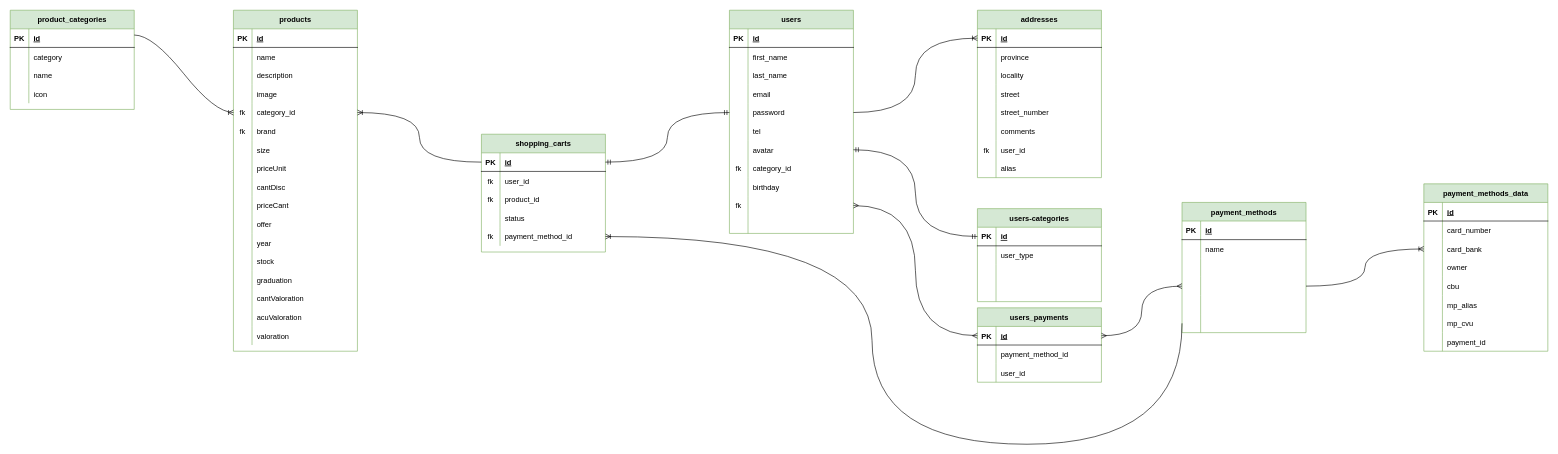
Earlier version of the draw.io diagram varios/Diagrama BD Let-Bar.drawio (LucasNF22/Let-Bar). Source tidied: cells renumbered, new cells numbered last; positions are measured from the earlier drawing's top-left corner, leaving out a move shared by most shapes. Both pictures are drawn from the tidied source at 62%, with x=0, y=0 at pixel (10, 10).
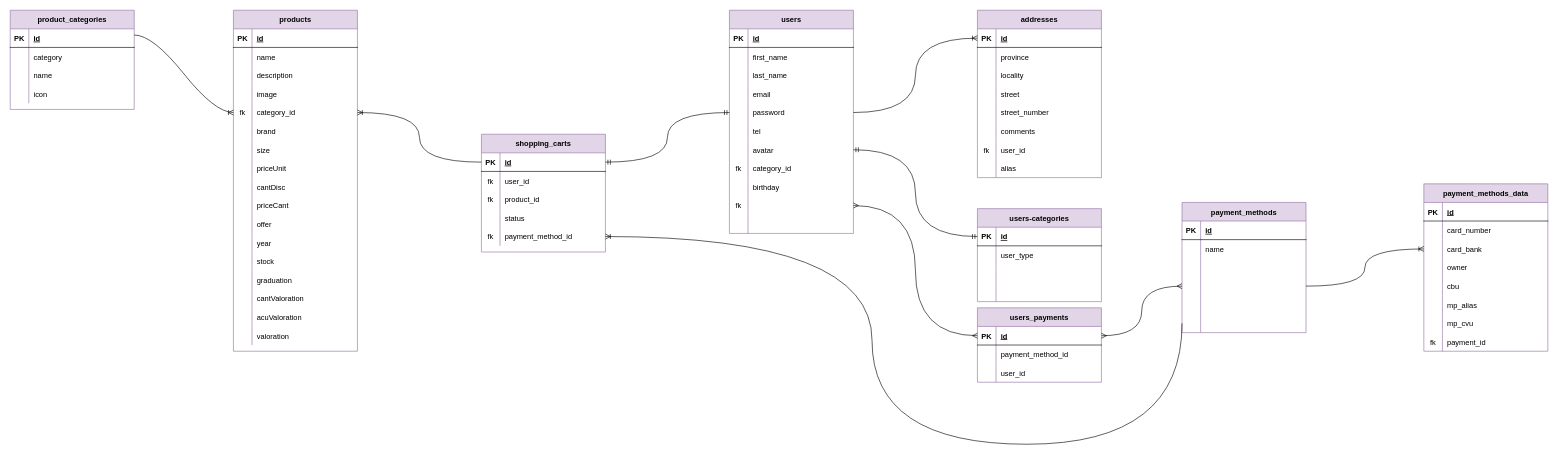
After the change.

Commit message (it also covers changes not shown here):
Se agregaron las claves foraneas a la base de datos SQL

Unchanged cells that the change refers to:
```xml
<mxCell id="18" style="shape=tableRow;horizontal=0;startSize=0;swimlaneHead=0;swimlaneBody=0;fillColor=none;top=0;left=0;right=0;bottom=0;" parent="2" vertex="1">
  <mxGeometry y="180" width="200" height="30" as="geometry" />
</mxCell>
<mxCell id="192" style="shape=tableRow;horizontal=0;startSize=0;swimlaneHead=0;swimlaneBody=0;fillColor=none;top=0;left=0;right=0;bottom=0;" parent="170" vertex="1">
  <mxGeometry y="240" width="200" height="30" as="geometry" />
</mxCell>
```

Change to the diagram source:
```diff
@@
-    <mxCell id="2" value="products" style="shape=table;startSize=30;childLayout=tableLayout;rowLines=0;fontStyle=1;align=center;fillColor=#d5e8d4;strokeColor=#82b366;" parent="1" vertex="1">
+    <mxCell id="2" value="products" style="shape=table;startSize=30;childLayout=tableLayout;rowLines=0;fontStyle=1;align=center;fillColor=#e1d5e7;strokeColor=#9673a6;" parent="1" vertex="1">
       <mxGeometry x="360" width="200" height="550" as="geometry" />
     </mxCell>
@@
-    <mxCell id="19" value="fk" style="shape=partialRectangle;fillColor=none;top=0;left=0;bottom=0;right=0;overflow=hidden;" parent="18" vertex="1">
+    <mxCell id="19" style="shape=partialRectangle;fillColor=none;top=0;left=0;bottom=0;right=0;overflow=hidden;" parent="18" vertex="1">
       <mxGeometry width="30" height="30" as="geometry" />
     </mxCell>
@@
-    <mxCell id="54" value="users" style="shape=table;startSize=30;childLayout=tableLayout;rowLines=0;fontStyle=1;align=center;direction=east;fillColor=#d5e8d4;strokeColor=#82b366;" parent="1" vertex="1">
+    <mxCell id="54" value="users" style="shape=table;startSize=30;childLayout=tableLayout;rowLines=0;fontStyle=1;align=center;direction=east;fillColor=#e1d5e7;strokeColor=#9673a6;" parent="1" vertex="1">
       <mxGeometry x="1160" width="200" height="360" as="geometry" />
     </mxCell>
@@
-    <mxCell id="88" value="shopping_carts" style="shape=table;startSize=30;childLayout=tableLayout;rowLines=0;fontStyle=1;align=center;fillColor=#d5e8d4;strokeColor=#82b366;" parent="1" vertex="1">
+    <mxCell id="88" value="shopping_carts" style="shape=table;startSize=30;childLayout=tableLayout;rowLines=0;fontStyle=1;align=center;fillColor=#e1d5e7;strokeColor=#9673a6;" parent="1" vertex="1">
       <mxGeometry x="760" y="200" width="200" height="190" as="geometry" />
     </mxCell>
@@
-    <mxCell id="104" value="addresses" style="shape=table;startSize=30;childLayout=tableLayout;rowLines=0;fontStyle=1;align=center;fillColor=#d5e8d4;strokeColor=#82b366;" parent="1" vertex="1">
+    <mxCell id="104" value="addresses" style="shape=table;startSize=30;childLayout=tableLayout;rowLines=0;fontStyle=1;align=center;fillColor=#e1d5e7;strokeColor=#9673a6;" parent="1" vertex="1">
       <mxGeometry x="1560" width="200" height="270" as="geometry" />
     </mxCell>
@@
-    <mxCell id="129" value="users_payments" style="shape=table;startSize=30;childLayout=tableLayout;rowLines=0;fontStyle=1;align=center;fillColor=#d5e8d4;strokeColor=#82b366;" parent="1" vertex="1">
+    <mxCell id="129" value="users_payments" style="shape=table;startSize=30;childLayout=tableLayout;rowLines=0;fontStyle=1;align=center;fillColor=#e1d5e7;strokeColor=#9673a6;" parent="1" vertex="1">
       <mxGeometry x="1560" y="480" width="200" height="120" as="geometry" />
     </mxCell>
@@
-    <mxCell id="139" value="users-categories" style="shape=table;startSize=30;childLayout=tableLayout;rowLines=0;fontStyle=1;align=center;fillColor=#d5e8d4;strokeColor=#82b366;" parent="1" vertex="1">
+    <mxCell id="139" value="users-categories" style="shape=table;startSize=30;childLayout=tableLayout;rowLines=0;fontStyle=1;align=center;fillColor=#e1d5e7;strokeColor=#9673a6;" parent="1" vertex="1">
       <mxGeometry x="1560" y="320" width="200" height="150" as="geometry" />
     </mxCell>
@@
-    <mxCell id="153" value="product_categories" style="shape=table;startSize=30;childLayout=tableLayout;rowLines=0;fontStyle=1;align=center;fillColor=#d5e8d4;strokeColor=#82b366;" parent="1" vertex="1">
+    <mxCell id="153" value="product_categories" style="shape=table;startSize=30;childLayout=tableLayout;rowLines=0;fontStyle=1;align=center;fillColor=#e1d5e7;strokeColor=#9673a6;" parent="1" vertex="1">
       <mxGeometry width="200" height="160" as="geometry" />
     </mxCell>
@@
-    <mxCell id="170" value="payment_methods_data" style="shape=table;startSize=30;childLayout=tableLayout;rowLines=0;fontStyle=1;align=center;fillColor=#d5e8d4;strokeColor=#82b366;" parent="1" vertex="1">
+    <mxCell id="170" value="payment_methods_data" style="shape=table;startSize=30;childLayout=tableLayout;rowLines=0;fontStyle=1;align=center;fillColor=#e1d5e7;strokeColor=#9673a6;" parent="1" vertex="1">
       <mxGeometry x="2280" y="280" width="200" height="270" as="geometry" />
     </mxCell>
@@
-    <mxCell id="193" style="shape=partialRectangle;fillColor=none;top=0;left=0;bottom=0;right=0;overflow=hidden;" parent="192" vertex="1">
+    <mxCell id="193" value="fk" style="shape=partialRectangle;fillColor=none;top=0;left=0;bottom=0;right=0;overflow=hidden;" parent="192" vertex="1">
       <mxGeometry width="30" height="30" as="geometry" />
     </mxCell>
@@
-    <mxCell id="196" value="payment_methods" style="shape=table;startSize=30;childLayout=tableLayout;rowLines=0;fontStyle=1;align=center;fillColor=#d5e8d4;strokeColor=#82b366;" parent="1" vertex="1">
+    <mxCell id="196" value="payment_methods" style="shape=table;startSize=30;childLayout=tableLayout;rowLines=0;fontStyle=1;align=center;fillColor=#e1d5e7;strokeColor=#9673a6;" parent="1" vertex="1">
       <mxGeometry x="1890" y="310" width="200" height="210" as="geometry" />
     </mxCell>
```
